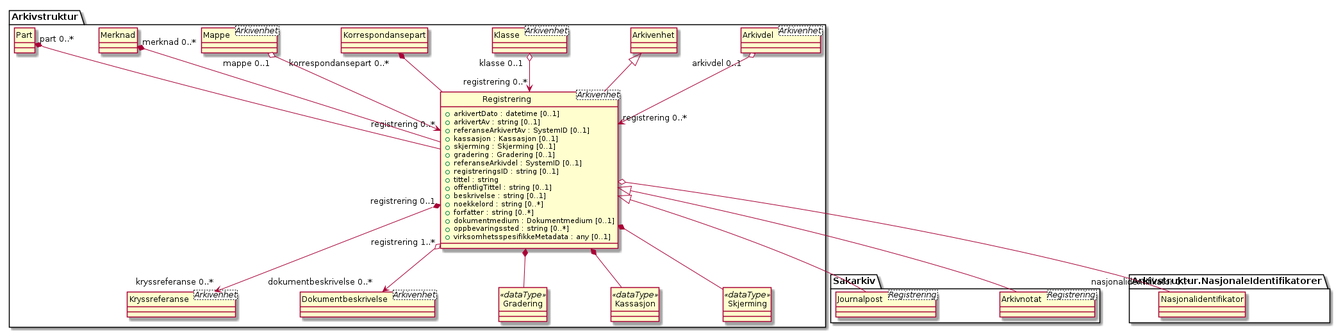
Before: kapitler/media/uml-class-registrering.png, a diagram exported from PlantUML (arkivverket/noark5-tjenestegrensesnitt-standard).
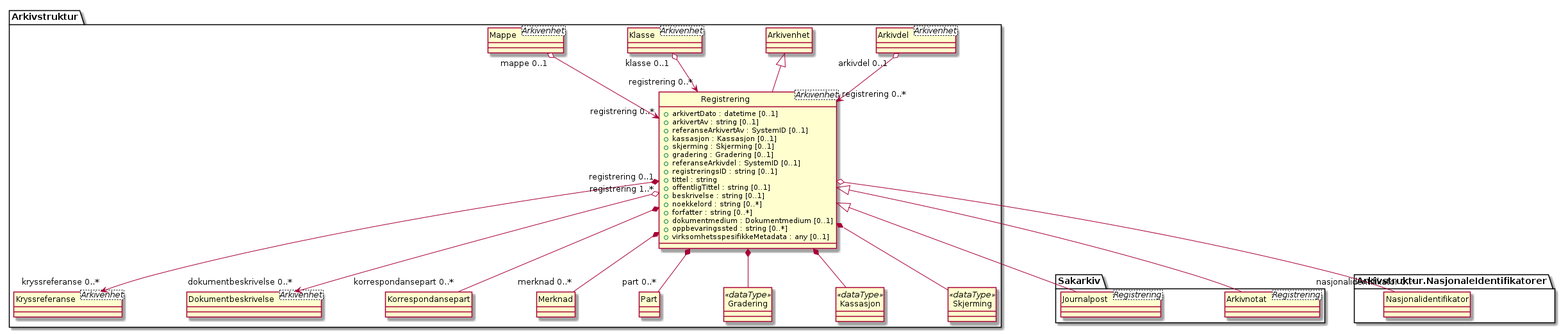
The same file after the commit.

What changed in the source:
```diff
@@ -28,24 +28,24 @@
 class Arkivstruktur.Klasse <Arkivenhet> {
 }
 Arkivstruktur.Klasse "klasse 0..1" o--> "registrering 0..*" Arkivstruktur.Registrering
-class Arkivstruktur.Korrespondansepart {
-}
-Arkivstruktur.Korrespondansepart "korrespondansepart 0..*" *-- Arkivstruktur.Registrering
 class Arkivstruktur.Mappe <Arkivenhet> {
 }
 Arkivstruktur.Mappe "mappe 0..1" o--> "registrering 0..*" Arkivstruktur.Registrering
-class Arkivstruktur.Merknad {
-}
-Arkivstruktur.Merknad "merknad 0..*" *-- Arkivstruktur.Registrering
-class Arkivstruktur.Part {
-}
-Arkivstruktur.Part "part 0..*" *-- Arkivstruktur.Registrering
 class Arkivstruktur.Kryssreferanse <Arkivenhet> {
 }
 Arkivstruktur.Registrering "registrering 0..1" *--> "kryssreferanse 0..*" Arkivstruktur.Kryssreferanse
 class Arkivstruktur.Dokumentbeskrivelse <Arkivenhet> {
 }
 Arkivstruktur.Registrering "registrering 1..*" o--> "dokumentbeskrivelse 0..*" Arkivstruktur.Dokumentbeskrivelse
+class Arkivstruktur.Korrespondansepart {
+}
+Arkivstruktur.Registrering *-- "korrespondansepart 0..*" Arkivstruktur.Korrespondansepart
+class Arkivstruktur.Merknad {
+}
+Arkivstruktur.Registrering *-- "merknad 0..*" Arkivstruktur.Merknad
+class Arkivstruktur.Part {
+}
+Arkivstruktur.Registrering *-- "part 0..*" Arkivstruktur.Part
 class Arkivstruktur.Gradering <<dataType>> {
 }
 Arkivstruktur.Registrering *-- Arkivstruktur.Gradering
```
